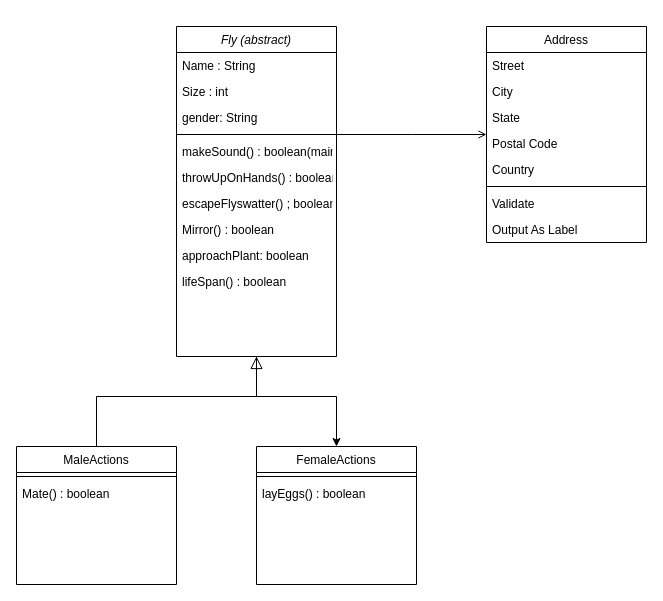
Above: those gorls.drawio in CS112-2564-Fall2024/ud1-those-gorls (draw.io), before the change. Source tidied: cells renumbered, new cells numbered last; positions are measured from the earlier drawing's top-left corner, leaving out a move shared by most shapes. Both pictures are drawn from the tidied source at 100%, with x=0, y=0 at pixel (16, 26).
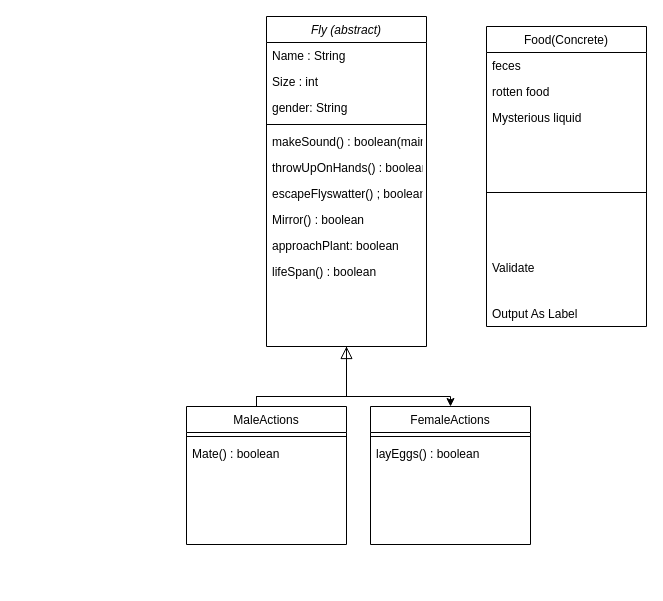
After the change.

Change to the diagram source:
```diff
@@
     <mxCell id="3" value="Fly (abstract)" style="swimlane;fontStyle=2;align=center;verticalAlign=top;horizontal=1;startSize=26;rounded=0;shadow=0;strokeWidth=1;" parent="1" vertex="1">
-      <mxGeometry x="160" width="160" height="330" as="geometry" />
+      <mxGeometry x="250" y="-10" width="160" height="330" as="geometry" />
     </mxCell>
@@
     <mxCell id="14" value="MaleActions" style="swimlane;fontStyle=0;align=center;verticalAlign=top;horizontal=1;startSize=26;rounded=0;shadow=0;strokeWidth=1;" parent="1" vertex="1">
-      <mxGeometry y="420" width="160" height="138" as="geometry" />
+      <mxGeometry x="170" y="380" width="160" height="138" as="geometry" />
     </mxCell>
@@
-    <mxCell id="18" value="Address" style="swimlane;fontStyle=0;align=center;verticalAlign=top;horizontal=1;startSize=26;rounded=0;shadow=0;strokeWidth=1;" parent="1" vertex="1">
-      <mxGeometry x="470" width="160" height="216" as="geometry" />
+    <mxCell id="18" value="Food(Concrete)" style="swimlane;fontStyle=0;align=center;verticalAlign=top;horizontal=1;startSize=26;rounded=0;shadow=0;strokeWidth=1;" parent="1" vertex="1">
+      <mxGeometry x="470" width="160" height="300" as="geometry" />
     </mxCell>
-    <mxCell id="19" value="Street" style="text;align=left;verticalAlign=top;spacingLeft=4;spacingRight=4;overflow=hidden;" parent="18" vertex="1">
+    <mxCell id="19" value="feces" style="text;align=left;verticalAlign=top;spacingLeft=4;spacingRight=4;overflow=hidden;" parent="18" vertex="1">
       <mxGeometry y="26" width="160" height="26" as="geometry" />
     </mxCell>
-    <mxCell id="20" value="City" style="text;align=left;verticalAlign=top;spacingLeft=4;spacingRight=4;overflow=hidden;rounded=0;shadow=0;html=0;" parent="18" vertex="1">
-      <mxGeometry y="52" width="160" height="26" as="geometry" />
-    </mxCell>
-    <mxCell id="21" value="State" style="text;align=left;verticalAlign=top;spacingLeft=4;spacingRight=4;overflow=hidden;rounded=0;shadow=0;html=0;" parent="18" vertex="1">
-      <mxGeometry y="78" width="160" height="26" as="geometry" />
-    </mxCell>
-    <mxCell id="22" value="Postal Code" style="text;align=left;verticalAlign=top;spacingLeft=4;spacingRight=4;overflow=hidden;rounded=0;shadow=0;html=0;" parent="18" vertex="1">
-      <mxGeometry y="104" width="160" height="26" as="geometry" />
-    </mxCell>
-    <mxCell id="23" value="Country" style="text;align=left;verticalAlign=top;spacingLeft=4;spacingRight=4;overflow=hidden;rounded=0;shadow=0;html=0;" parent="18" vertex="1">
-      <mxGeometry y="130" width="160" height="26" as="geometry" />
-    </mxCell>
+    <mxCell id="31" value="rotten food" style="text;align=left;verticalAlign=top;spacingLeft=4;spacingRight=4;overflow=hidden;" parent="18" vertex="1">
+      <mxGeometry y="52" width="160" height="26" as="geometry" />
+    </mxCell>
+    <mxCell id="32" value="Mysterious liquid" style="text;align=left;verticalAlign=top;spacingLeft=4;spacingRight=4;overflow=hidden;" parent="18" vertex="1">
+      <mxGeometry y="78" width="160" height="26" as="geometry" />
+    </mxCell>
     <mxCell id="24" style="line;html=1;strokeWidth=1;align=left;verticalAlign=middle;spacingTop=-1;spacingLeft=3;spacingRight=3;labelPosition=right;" parent="18" vertex="1">
-      <mxGeometry y="156" width="160" height="8" as="geometry" />
+      <mxGeometry y="104" width="160" height="124" as="geometry" />
     </mxCell>
     <mxCell id="25" value="Validate" style="text;align=left;verticalAlign=top;spacingLeft=4;spacingRight=4;overflow=hidden;" parent="18" vertex="1">
-      <mxGeometry y="164" width="160" height="26" as="geometry" />
+      <mxGeometry y="228" width="160" height="46" as="geometry" />
     </mxCell>
     <mxCell id="26" value="Output As Label" style="text;align=left;verticalAlign=top;spacingLeft=4;spacingRight=4;overflow=hidden;" parent="18" vertex="1">
-      <mxGeometry y="190" width="160" height="26" as="geometry" />
+      <mxGeometry y="274" width="160" height="26" as="geometry" />
     </mxCell>
-    <mxCell id="27" style="endArrow=open;shadow=0;strokeWidth=1;rounded=0;curved=0;endFill=1;edgeStyle=elbowEdgeStyle;elbow=vertical;" parent="1" edge="1" source="3" target="18">
-      <mxGeometry x="0.5" y="41" relative="1" as="geometry">
-        <mxPoint x="-40" y="32" as="offset" />
-      </mxGeometry>
-    </mxCell>
     <mxCell id="28" value="FemaleActions" style="swimlane;fontStyle=0;align=center;verticalAlign=top;horizontal=1;startSize=26;rounded=0;shadow=0;strokeWidth=1;" parent="1" vertex="1">
-      <mxGeometry x="240" y="420" width="160" height="138" as="geometry" />
+      <mxGeometry x="354" y="380" width="160" height="138" as="geometry" />
     </mxCell>
```
